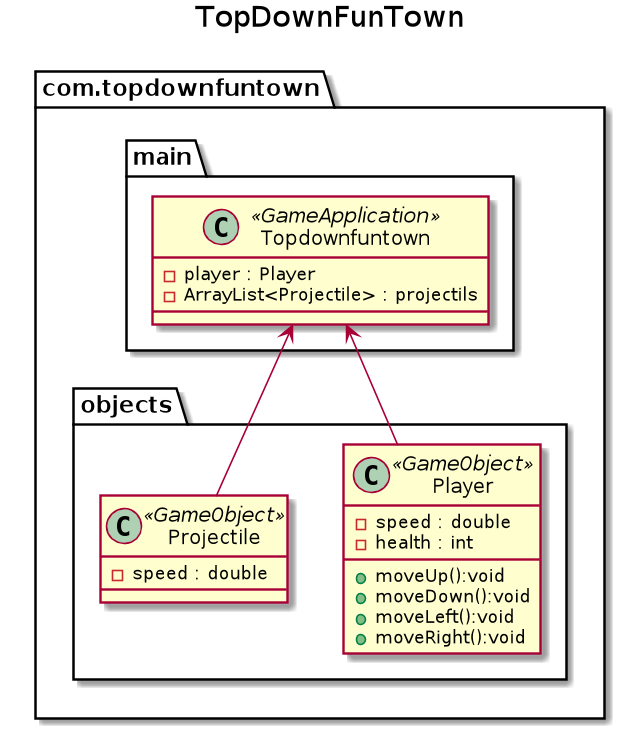
The PlantUML diagram uml/topdownfuntown.png in passeride/TopdownFunTown, before a commit.
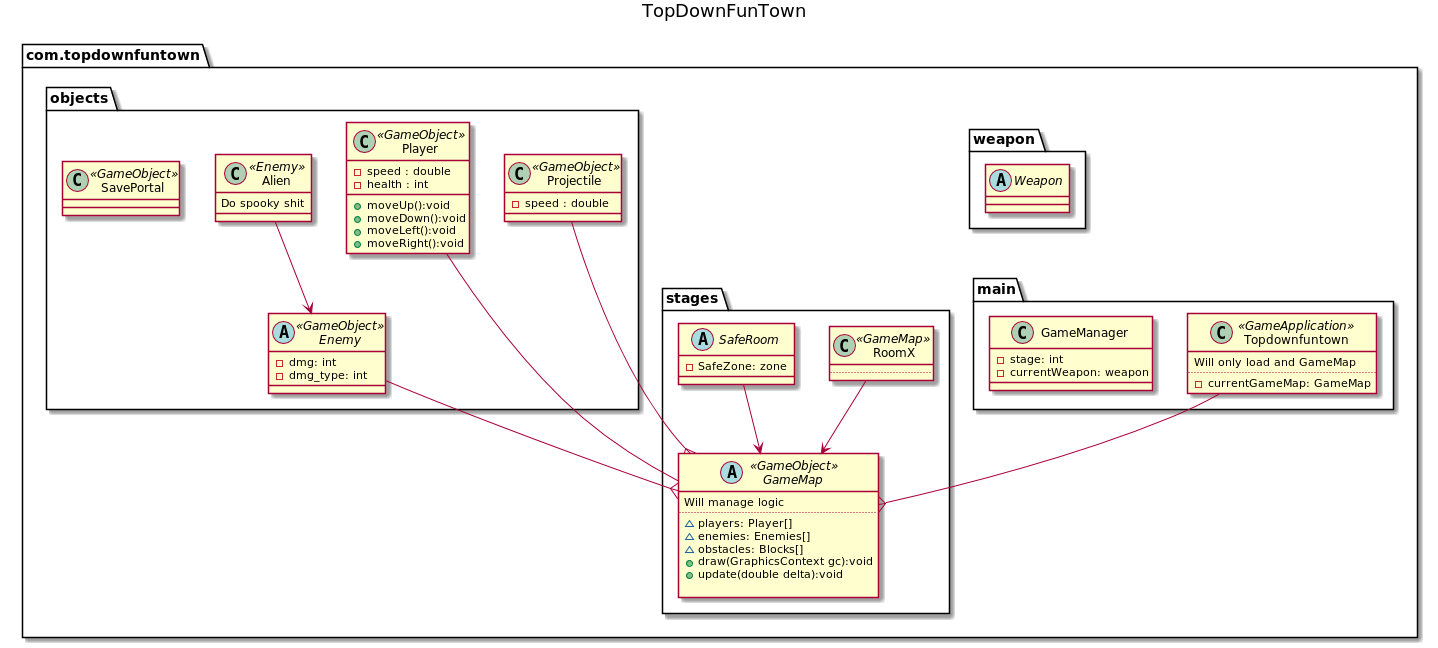
After the change.

Commit message:
Updated UML for topdownfuntown Added skeleton for GSON import parsing of rooms

Change to the diagram source:
```diff
@@ -6,8 +6,42 @@
 
 package main{
     class Topdownfuntown <<GameApplication>>{
-        -player : Player
-        -ArrayList<Projectile> : projectils
+    Will only load and GameMap
+    ..
+        -currentGameMap: GameMap
+    }
+
+    class GameManager{
+        -stage: int
+        -currentWeapon: weapon
+
+    }
+}
+
+package weapon{
+    abstract class Weapon{
+
+    }
+}
+
+package stages{
+    abstract class GameMap <<GameObject>>{
+        Will manage logic
+        ..
+        ~players: Player[]
+        ~enemies: Enemies[]
+        ~obstacles: Blocks[]
+        +draw(GraphicsContext gc):void
+        +update(double delta):void
+
+    }
+
+    class RoomX <<GameMap>>{
+        ..
+    }
+
+    abstract class SafeRoom{
+        -SafeZone: zone
     }
 }
 
@@ -21,15 +55,34 @@
         +moveRight():void
     }
 
-    class Projectile <<GameObject>>{
+    abstract class Enemy <<GameObject>>{
+        -dmg: int
+        -dmg_type: int
+    }
+
+    class Alien <<Enemy>>{
+        Do spooky shit
+
+    }
+
+    class Projectile <<GameObject>> {
         -speed : double
+    }
+
+    class SavePortal<<GameObject>>{
+
     }
 }
 
 }
 
-Topdownfuntown <-- Player
-Topdownfuntown <-- Projectile
+SafeRoom --> GameMap
+RoomX --> GameMap
+Alien --> Enemy
+Player -RIGHT- GameMap
+Enemy --{ GameMap
+Projectile --{ GameMap
+Topdownfuntown -DOWN-{ GameMap
 
 
 @enduml
```
